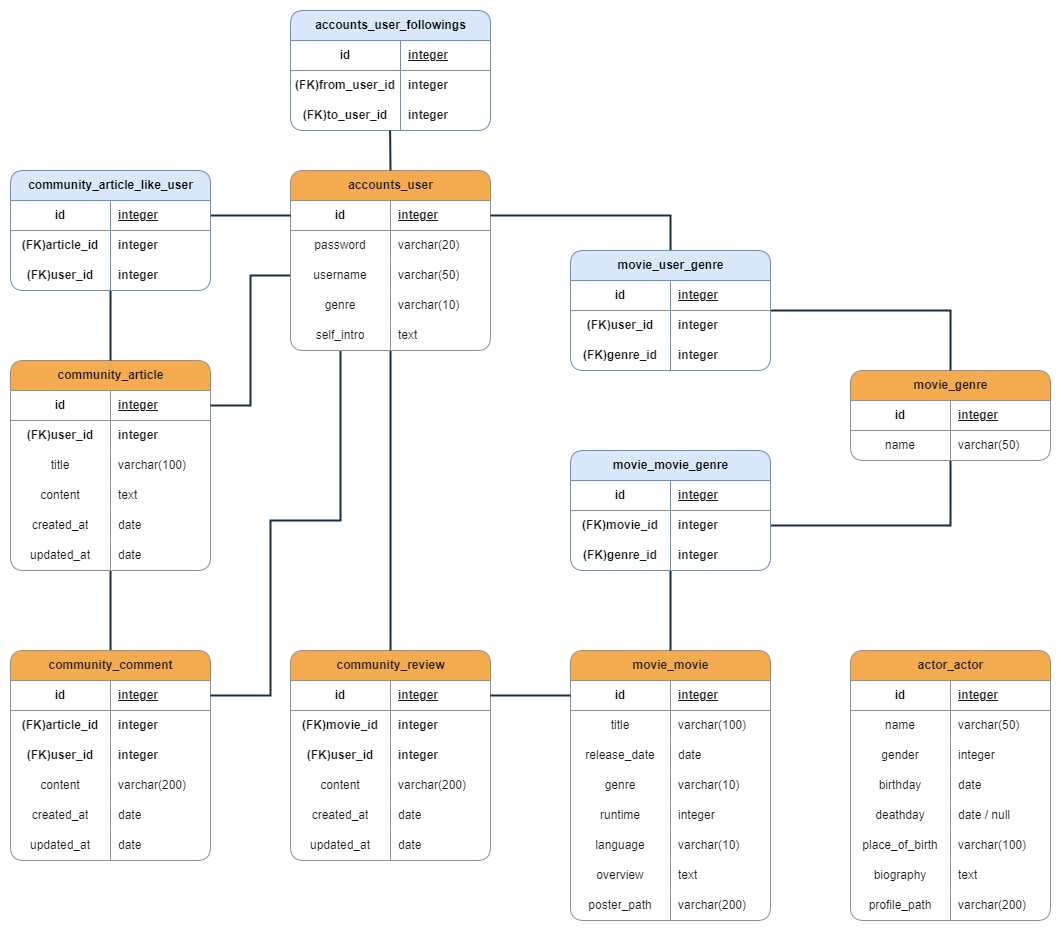
The draw.io diagram img/ERD.png in SeoJunHa96/SSAFY_Movie_FinalPJT, before a commit. Source tidied: cells renumbered, new cells last; positions are measured from the earlier drawing's top-left corner, leaving out a move shared by most shapes.
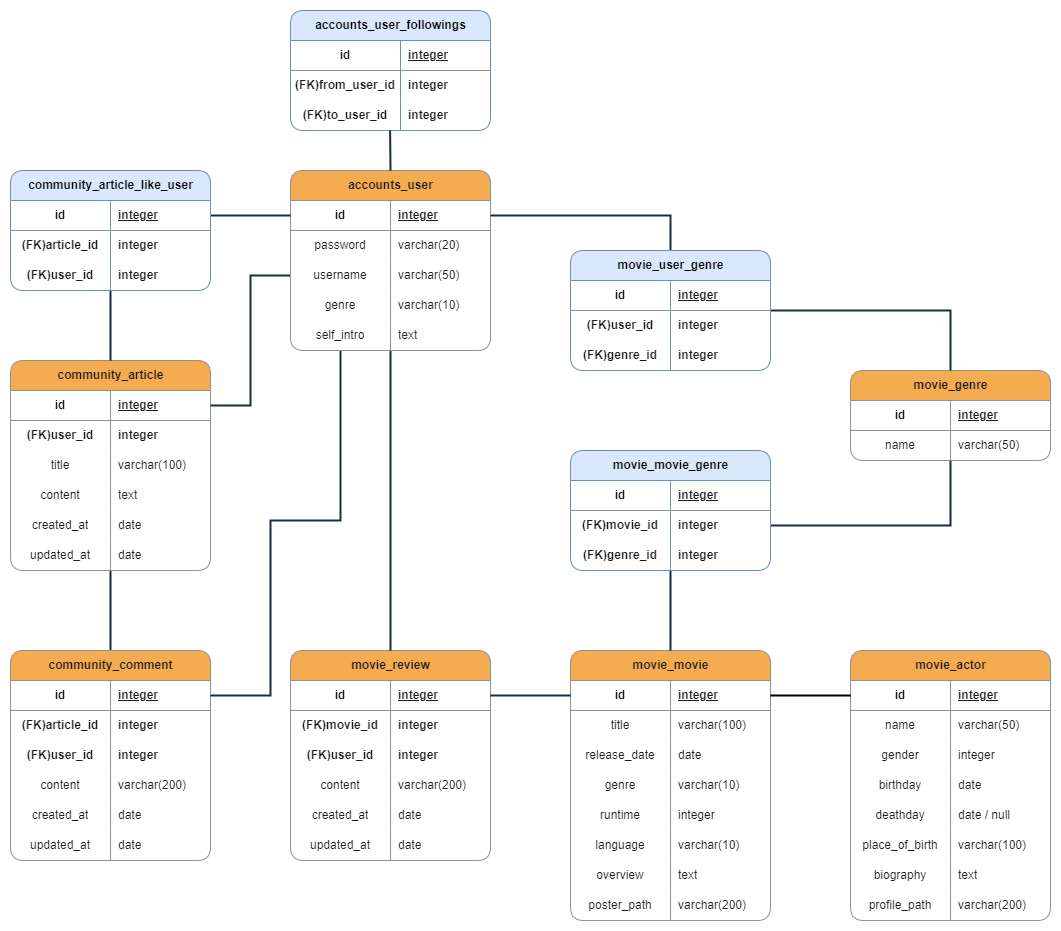
After the commit.

Diff of the diagram source:
```diff
@@ -194,7 +194,7 @@
     <mxCell id="65" value="&lt;b&gt;integer&lt;/b&gt;" style="shape=partialRectangle;fillColor=none;top=0;left=0;bottom=0;right=0;align=left;spacingLeft=6;overflow=hidden;whiteSpace=wrap;html=1;rounded=1;labelBackgroundColor=none;strokeColor=#909090;fontColor=#1A1A1A;" parent="63" vertex="1">
       <mxGeometry x="100" width="100" height="30" as="geometry" />
     </mxCell>
-    <mxCell id="66" value="actor_actor" style="shape=table;startSize=30;rowLines=0;fontStyle=1;align=center;html=1;rounded=1;labelBackgroundColor=none;fillColor=#F5AB50;strokeColor=#909090;fontColor=#1A1A1A;" parent="1" vertex="1">
+    <mxCell id="66" value="movie_actor" style="shape=table;startSize=30;rowLines=0;fontStyle=1;align=center;html=1;rounded=1;labelBackgroundColor=none;fillColor=#F5AB50;strokeColor=#909090;fontColor=#1A1A1A;" parent="1" vertex="1">
       <mxGeometry x="840" y="640" width="200" height="270" as="geometry" />
     </mxCell>
     <mxCell id="67" style="shape=tableRow;horizontal=0;startSize=0;swimlaneHead=0;swimlaneBody=0;fillColor=none;points=[[0,0.5],[1,0.5]];portConstraint=eastwest;top=0;left=0;right=0;bottom=1;rounded=1;labelBackgroundColor=none;strokeColor=#909090;fontColor=#1A1A1A;" parent="66" vertex="1">
@@ -326,7 +326,7 @@
     <mxCell id="109" value="date" style="shape=partialRectangle;fillColor=none;top=0;left=0;bottom=0;right=0;align=left;spacingLeft=6;overflow=hidden;whiteSpace=wrap;html=1;rounded=1;labelBackgroundColor=none;strokeColor=#909090;fontColor=#1A1A1A;" parent="107" vertex="1">
       <mxGeometry x="100" width="100" height="30" as="geometry" />
     </mxCell>
-    <mxCell id="110" value="community_review" style="shape=table;startSize=30;rowLines=0;fontStyle=1;align=center;html=1;rounded=1;labelBackgroundColor=none;fillColor=#F5AB50;strokeColor=#909090;fontColor=#1A1A1A;" parent="1" vertex="1">
+    <mxCell id="110" value="movie_review" style="shape=table;startSize=30;rowLines=0;fontStyle=1;align=center;html=1;rounded=1;labelBackgroundColor=none;fillColor=#F5AB50;strokeColor=#909090;fontColor=#1A1A1A;" parent="1" vertex="1">
       <mxGeometry x="280" y="640" width="200" height="210" as="geometry" />
     </mxCell>
     <mxCell id="111" style="shape=tableRow;horizontal=0;startSize=0;swimlaneHead=0;swimlaneBody=0;fillColor=none;points=[[0,0.5],[1,0.5]];portConstraint=eastwest;top=0;left=0;right=0;bottom=1;rounded=1;labelBackgroundColor=none;strokeColor=#909090;fontColor=#1A1A1A;" parent="110" vertex="1">
@@ -554,5 +554,8 @@
     <mxCell id="183" style="edgeStyle=orthogonalEdgeStyle;rounded=0;jettySize=auto;html=1;exitX=1;exitY=0.5;exitDx=0;exitDy=0;entryX=0;entryY=0.5;entryDx=0;entryDy=0;strokeColor=#182E3E;fontColor=#1A1A1A;strokeWidth=2;endArrow=none;endFill=0;" parent="1" edge="1" source="111" target="3">
       <mxGeometry relative="1" as="geometry" />
     </mxCell>
+    <mxCell id="184" style="edgeStyle=orthogonalEdgeStyle;rounded=0;jettySize=auto;html=1;exitX=1;exitY=0.5;exitDx=0;exitDy=0;entryX=0;entryY=0.5;entryDx=0;entryDy=0;strokeWidth=2;endArrow=none;endFill=0;" parent="1" edge="1" source="3" target="67">
+      <mxGeometry relative="1" as="geometry" />
+    </mxCell>
   </root>
 </mxGraphModel>
```
